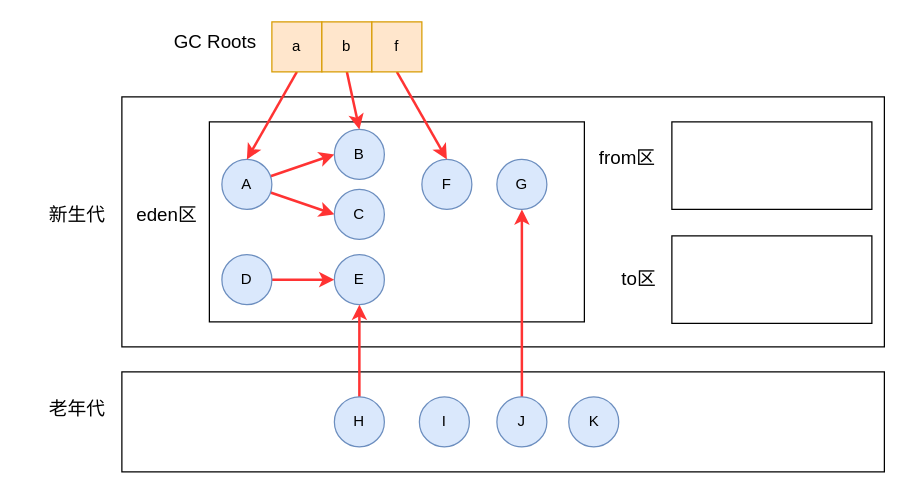
Earlier version of the draw.io diagram 图解 Remembered Set、Card Table、Write Barrier/图解 Remembered Set、Card Table、Write Barrier.drawio (zero-97/picture-of-the-article). Source tidied: cells renumbered, new cells numbered last; positions are measured from the earlier drawing's top-left corner, leaving out a move shared by most shapes. Both pictures are drawn from the tidied source at 125%, with x=0, y=0 at pixel (46, 21).
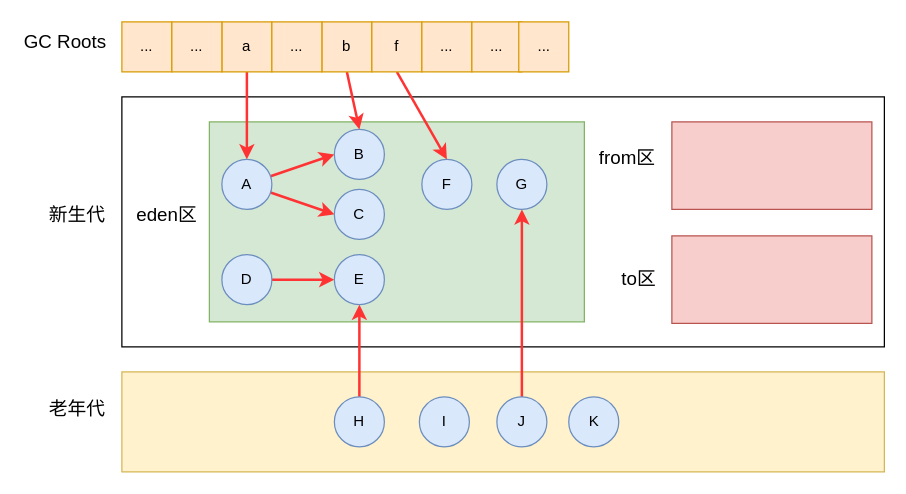
Above is the later version.

Change to the diagram source:
```diff
@@
-    <mxCell id="3" style="rounded=0;whiteSpace=wrap;html=1;fillColor=none;" parent="1" vertex="1">
+    <mxCell id="3" style="rounded=0;whiteSpace=wrap;html=1;" parent="1" vertex="1">
       <mxGeometry x="60" y="60" width="610" height="200" as="geometry" />
     </mxCell>
@@
-    <mxCell id="8" style="rounded=0;whiteSpace=wrap;html=1;" parent="1" vertex="1">
+    <mxCell id="8" style="rounded=0;whiteSpace=wrap;html=1;fillColor=#fff2cc;strokeColor=#d6b656;" parent="1" vertex="1">
       <mxGeometry x="60" y="280" width="610" height="80" as="geometry" />
     </mxCell>
-    <mxCell id="9" style="rounded=0;whiteSpace=wrap;html=1;" parent="1" vertex="1">
+    <mxCell id="9" style="rounded=0;whiteSpace=wrap;html=1;fillColor=#f8cecc;strokeColor=#b85450;" parent="1" vertex="1">
       <mxGeometry x="500" y="80" width="160" height="70" as="geometry" />
     </mxCell>
-    <mxCell id="10" style="rounded=0;whiteSpace=wrap;html=1;" parent="1" vertex="1">
+    <mxCell id="10" style="rounded=0;whiteSpace=wrap;html=1;fillColor=#f8cecc;strokeColor=#b85450;" parent="1" vertex="1">
       <mxGeometry x="500" y="171.2" width="160" height="70" as="geometry" />
     </mxCell>
-    <mxCell id="11" style="rounded=0;whiteSpace=wrap;html=1;" parent="1" vertex="1">
+    <mxCell id="11" style="rounded=0;whiteSpace=wrap;html=1;fillColor=#d5e8d4;strokeColor=#82b366;" parent="1" vertex="1">
       <mxGeometry x="130" y="80" width="300" height="160" as="geometry" />
     </mxCell>
@@
     <mxCell id="28" value="&lt;div style=&quot;text-align: right&quot;&gt;&lt;span style=&quot;font-size: 15px&quot;&gt;GC Roots&lt;/span&gt;&lt;/div&gt;" style="text;whiteSpace=wrap;html=1;" parent="1" vertex="1">
-      <mxGeometry x="100" width="70" height="32.5" as="geometry" />
+      <mxGeometry x="-20" width="70" height="32.5" as="geometry" />
     </mxCell>
@@
     <mxCell id="30" value="a" style="rounded=0;whiteSpace=wrap;html=1;fillColor=#ffe6cc;strokeColor=#d79b00;" parent="1" vertex="1">
-      <mxGeometry x="180" width="40" height="40" as="geometry" />
+      <mxGeometry x="140" width="40" height="40" as="geometry" />
     </mxCell>
@@
+    <mxCell id="35" value="..." style="rounded=0;whiteSpace=wrap;html=1;fillColor=#ffe6cc;strokeColor=#d79b00;" parent="1" vertex="1">
+      <mxGeometry x="60" width="40" height="40" as="geometry" />
+    </mxCell>
+    <mxCell id="36" value="..." style="rounded=0;whiteSpace=wrap;html=1;fillColor=#ffe6cc;strokeColor=#d79b00;" parent="1" vertex="1">
+      <mxGeometry x="100" width="40" height="40" as="geometry" />
+    </mxCell>
+    <mxCell id="37" value="..." style="rounded=0;whiteSpace=wrap;html=1;fillColor=#ffe6cc;strokeColor=#d79b00;" parent="1" vertex="1">
+      <mxGeometry x="300" width="40" height="40" as="geometry" />
+    </mxCell>
+    <mxCell id="38" value="..." style="rounded=0;whiteSpace=wrap;html=1;fillColor=#ffe6cc;strokeColor=#d79b00;" parent="1" vertex="1">
+      <mxGeometry x="340" width="40" height="40" as="geometry" />
+    </mxCell>
+    <mxCell id="39" value="..." style="rounded=0;whiteSpace=wrap;html=1;fillColor=#ffe6cc;strokeColor=#d79b00;" parent="1" vertex="1">
+      <mxGeometry x="180" width="40" height="40" as="geometry" />
+    </mxCell>
+    <mxCell id="40" value="..." style="rounded=0;whiteSpace=wrap;html=1;fillColor=#ffe6cc;strokeColor=#d79b00;" parent="1" vertex="1">
+      <mxGeometry x="377.5" width="40" height="40" as="geometry" />
+    </mxCell>
```
